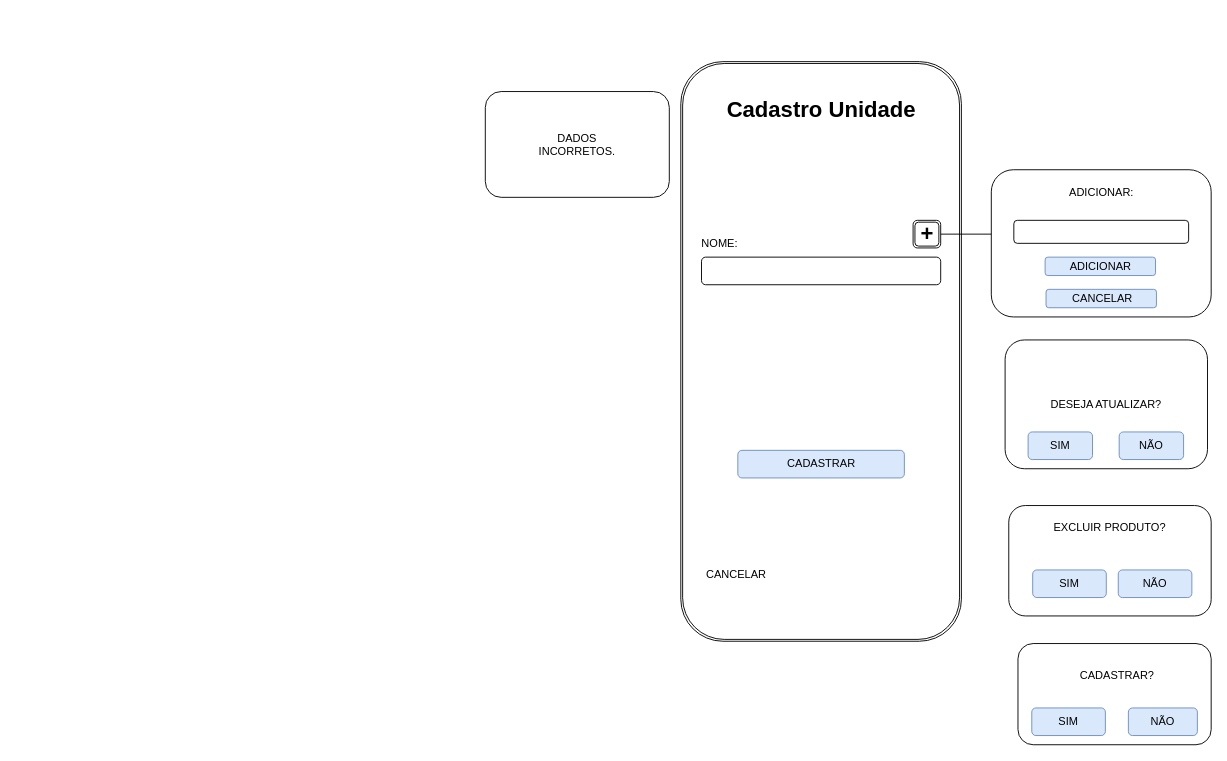
The draw.io diagram page "Página-6" (2 of 9) of DOC/tela.drawio in rafaelareisilva/avatar.app, before the edit. Source tidied: cells renumbered, new cells numbered last; positions are measured from the earlier drawing's top-left corner, leaving out a move shared by most shapes. Both pictures are drawn from the tidied source at 92%, with x=0, y=0 at pixel (485, 91).
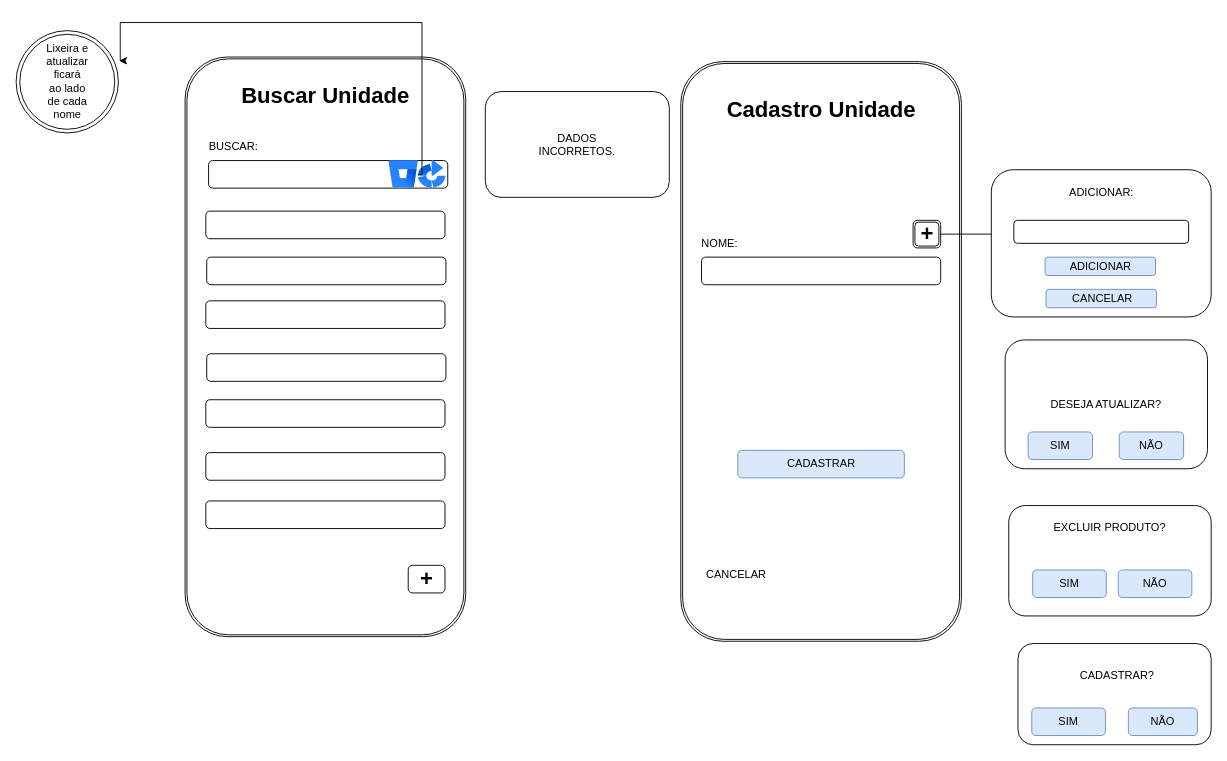
The same page after the edit.

Change to the diagram source:
```diff
@@
+    <mxCell id="30" style="shape=ext;double=1;rounded=1;whiteSpace=wrap;html=1;rotation=90;" parent="1" vertex="1">
+      <mxGeometry x="-488.8" y="125" width="630" height="305" as="geometry" />
+    </mxCell>
+    <mxCell id="31" style="rounded=1;whiteSpace=wrap;html=1;" parent="1" vertex="1">
+      <mxGeometry x="-300.8" y="75" width="260" height="30" as="geometry" />
+    </mxCell>
+    <mxCell id="32" value="BUSCAR:" style="text;html=1;align=center;verticalAlign=middle;whiteSpace=wrap;rounded=0;" parent="1" vertex="1">
+      <mxGeometry x="-297.2" y="45" width="46.5" height="30" as="geometry" />
+    </mxCell>
+    <mxCell id="33" value="Buscar Unidade" style="text;strokeColor=none;fillColor=none;html=1;fontSize=24;fontStyle=1;verticalAlign=middle;align=center;" parent="1" vertex="1">
+      <mxGeometry x="-223.8" y="-15" width="100" height="40" as="geometry" />
+    </mxCell>
+    <mxCell id="34" style="image;html=1;image=img/lib/atlassian/Bitbucket_Logo.svg;" parent="1" vertex="1">
+      <mxGeometry x="-104.8" y="75" width="32" height="30" as="geometry" />
+    </mxCell>
+    <mxCell id="35" style="image;html=1;image=img/lib/atlassian/Bamboo_Logo.svg;" parent="1" vertex="1">
+      <mxGeometry x="-72.8" y="75" width="30" height="30" as="geometry" />
+    </mxCell>
+    <mxCell id="36" style="rounded=1;whiteSpace=wrap;html=1;" parent="1" vertex="1">
+      <mxGeometry x="-303.8" y="130" width="260" height="30" as="geometry" />
+    </mxCell>
+    <mxCell id="37" style="rounded=1;whiteSpace=wrap;html=1;" parent="1" vertex="1">
+      <mxGeometry x="-302.8" y="180" width="260" height="30" as="geometry" />
+    </mxCell>
+    <mxCell id="38" style="rounded=1;whiteSpace=wrap;html=1;" parent="1" vertex="1">
+      <mxGeometry x="-303.8" y="227.5" width="260" height="30" as="geometry" />
+    </mxCell>
+    <mxCell id="39" style="rounded=1;whiteSpace=wrap;html=1;" parent="1" vertex="1">
+      <mxGeometry x="-302.8" y="285" width="260" height="30" as="geometry" />
+    </mxCell>
+    <mxCell id="40" style="rounded=1;whiteSpace=wrap;html=1;" parent="1" vertex="1">
+      <mxGeometry x="-303.8" y="335" width="260" height="30" as="geometry" />
+    </mxCell>
+    <mxCell id="41" style="rounded=1;whiteSpace=wrap;html=1;" parent="1" vertex="1">
+      <mxGeometry x="-303.8" y="392.5" width="260" height="30" as="geometry" />
+    </mxCell>
+    <mxCell id="42" style="rounded=1;whiteSpace=wrap;html=1;" parent="1" vertex="1">
+      <mxGeometry x="-303.8" y="445" width="260" height="30" as="geometry" />
+    </mxCell>
+    <mxCell id="43" style="rounded=1;whiteSpace=wrap;html=1;" parent="1" vertex="1">
+      <mxGeometry x="-83.8" y="515" width="40" height="30" as="geometry" />
+    </mxCell>
+    <mxCell id="44" value="+" style="text;strokeColor=none;fillColor=none;html=1;fontSize=24;fontStyle=1;verticalAlign=middle;align=center;" parent="1" vertex="1">
+      <mxGeometry x="-113.8" y="510" width="100" height="40" as="geometry" />
+    </mxCell>
+    <mxCell id="45" style="ellipse;shape=doubleEllipse;whiteSpace=wrap;html=1;" parent="1" vertex="1">
+      <mxGeometry x="-510" y="-66.2" width="111.2" height="111.2" as="geometry" />
+    </mxCell>
+    <mxCell id="46" value="Lixeira e atualizar ficará ao lado de cada nome" style="text;html=1;align=center;verticalAlign=middle;whiteSpace=wrap;rounded=0;" parent="1" vertex="1">
+      <mxGeometry x="-464.4" y="-11.2" width="20" as="geometry" />
+    </mxCell>
+    <mxCell id="47" style="edgeStyle=orthogonalEdgeStyle;rounded=0;jettySize=auto;html=1;entryX=1.007;entryY=0.293;entryDx=0;entryDy=0;entryPerimeter=0;" parent="1" edge="1" source="34" target="45">
+      <mxGeometry relative="1" as="geometry">
+        <Array as="points">
+          <mxPoint x="-68.8" y="90" />
+          <mxPoint x="-68.8" y="-75" />
+          <mxPoint x="-396.8" y="-75" />
+        </Array>
+      </mxGeometry>
+    </mxCell>
```
